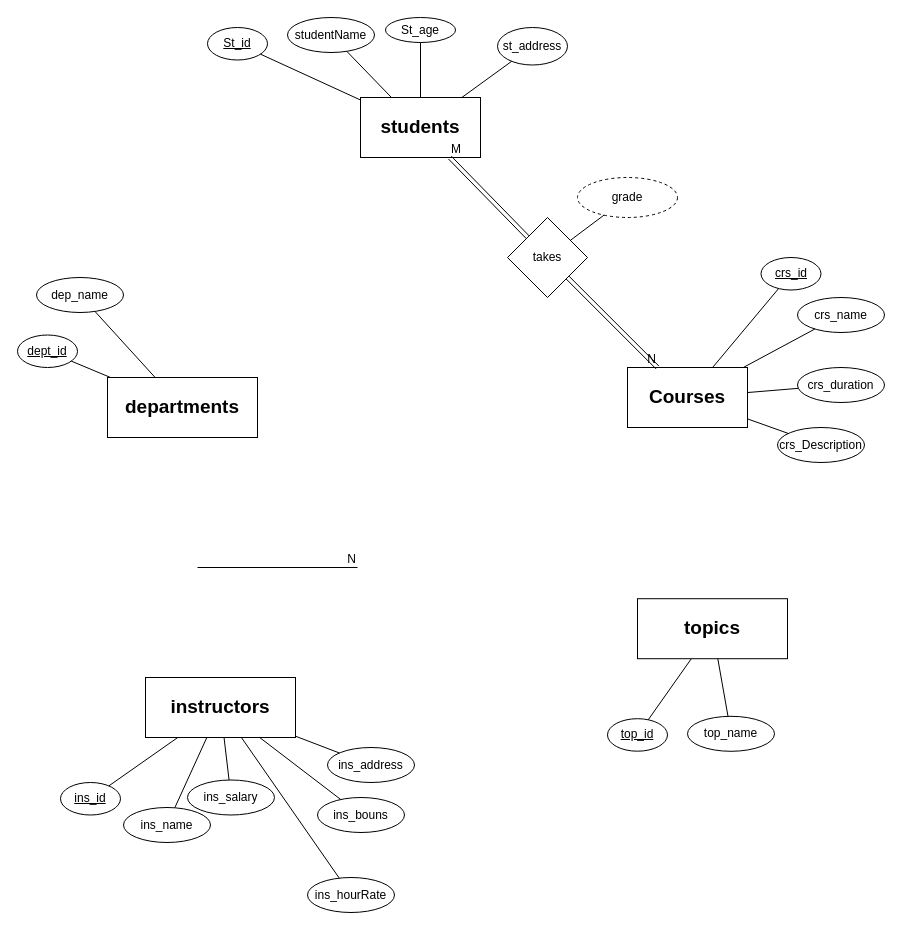
Above: DataBase/Session 01/Problem 1.drawio in Mo-Ahmed-Ah/assignment (draw.io), before the change. Source tidied: cells renumbered, new cells numbered last; positions are measured from the earlier drawing's top-left corner, leaving out a move shared by most shapes. Both pictures are drawn from the tidied source at 100%, with x=0, y=0 at pixel (17, 17).
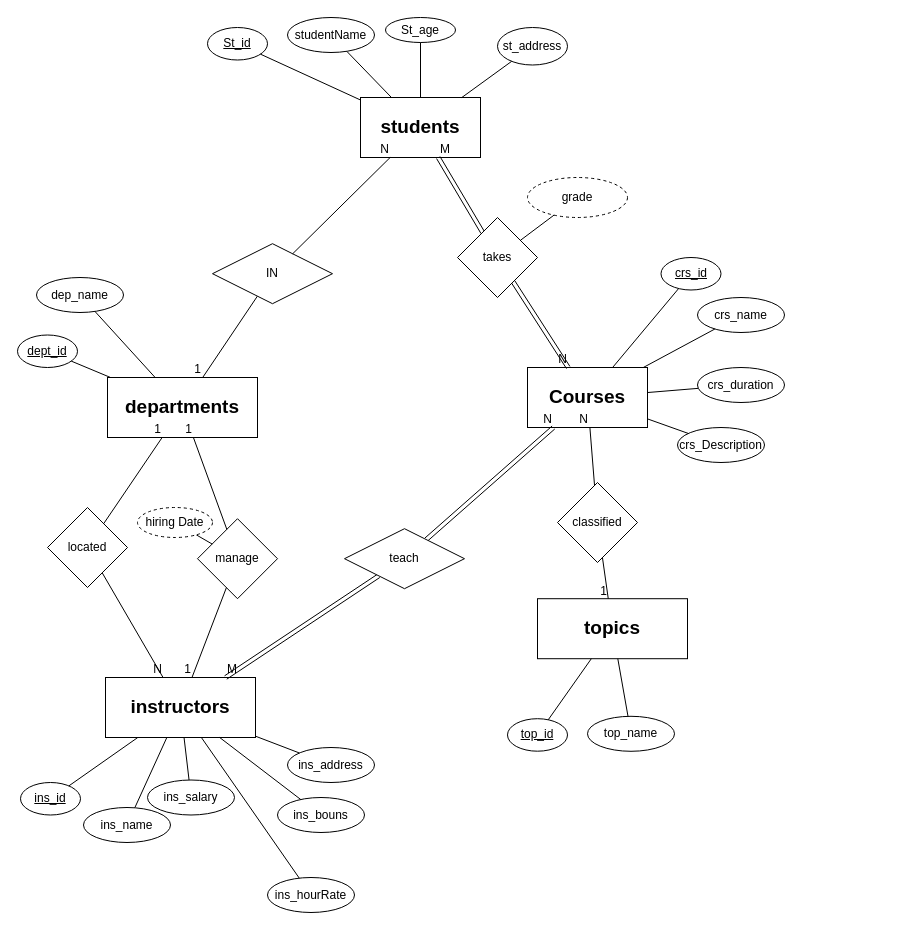
The same diagram, later.

The change refers to these unchanged cells:
```xml
<mxCell id="2" value="&lt;b&gt;&lt;font style=&quot;font-size: 19px;&quot;&gt;students&lt;br&gt;&lt;/font&gt;&lt;/b&gt;" style="rounded=0;whiteSpace=wrap;html=1;" parent="1" vertex="1">
  <mxGeometry x="343" y="80" width="120" height="60" as="geometry" />
</mxCell>
<mxCell id="11" value="&lt;b&gt;&lt;font style=&quot;font-size: 19px;&quot;&gt;departments&lt;/font&gt;&lt;/b&gt;" style="rounded=0;whiteSpace=wrap;html=1;" parent="1" vertex="1">
  <mxGeometry x="90" y="360" width="150" height="60" as="geometry" />
</mxCell>
```

Change to the diagram source:
```diff
@@
     <mxCell id="16" value="&lt;font style=&quot;font-size: 19px;&quot;&gt;&lt;b&gt;Courses&lt;/b&gt;&lt;/font&gt;" style="rounded=0;whiteSpace=wrap;html=1;" parent="1" vertex="1">
-      <mxGeometry x="610" y="350" width="120" height="60" as="geometry" />
+      <mxGeometry x="510" y="350" width="120" height="60" as="geometry" />
     </mxCell>
     <mxCell id="17" value="&lt;u&gt;crs_id&lt;/u&gt;" style="ellipse;whiteSpace=wrap;html=1;" parent="1" vertex="1">
-      <mxGeometry x="743.5" y="240" width="60" height="32.5" as="geometry" />
+      <mxGeometry x="643.5" y="240" width="60" height="32.5" as="geometry" />
     </mxCell>
@@
     <mxCell id="19" value="crs_name" style="ellipse;whiteSpace=wrap;html=1;" parent="1" vertex="1">
-      <mxGeometry x="780" y="280" width="87" height="35" as="geometry" />
+      <mxGeometry x="680" y="280" width="87" height="35" as="geometry" />
     </mxCell>
@@
     <mxCell id="21" value="crs_duration" style="ellipse;whiteSpace=wrap;html=1;" parent="1" vertex="1">
-      <mxGeometry x="780" y="350" width="87" height="35" as="geometry" />
+      <mxGeometry x="680" y="350" width="87" height="35" as="geometry" />
     </mxCell>
@@
     <mxCell id="23" value="crs_Description" style="ellipse;whiteSpace=wrap;html=1;" parent="1" vertex="1">
-      <mxGeometry x="760" y="410" width="87" height="35" as="geometry" />
+      <mxGeometry x="660" y="410" width="87" height="35" as="geometry" />
     </mxCell>
@@
     <mxCell id="25" value="&lt;font style=&quot;font-size: 19px;&quot;&gt;&lt;b&gt;instructors&lt;/b&gt;&lt;/font&gt;" style="rounded=0;whiteSpace=wrap;html=1;" parent="1" vertex="1">
-      <mxGeometry x="128" y="660" width="150" height="60" as="geometry" />
+      <mxGeometry x="88" y="660" width="150" height="60" as="geometry" />
     </mxCell>
     <mxCell id="26" value="&lt;u&gt;ins_id&lt;/u&gt;" style="ellipse;whiteSpace=wrap;html=1;" parent="1" vertex="1">
-      <mxGeometry x="43" y="765" width="60" height="32.5" as="geometry" />
+      <mxGeometry x="3" y="765" width="60" height="32.5" as="geometry" />
     </mxCell>
@@
     <mxCell id="28" value="ins_salary" style="ellipse;whiteSpace=wrap;html=1;" parent="1" vertex="1">
-      <mxGeometry x="170" y="762.5" width="87" height="35" as="geometry" />
+      <mxGeometry x="130" y="762.5" width="87" height="35" as="geometry" />
     </mxCell>
@@
     <mxCell id="30" value="ins_hourRate" style="ellipse;whiteSpace=wrap;html=1;" parent="1" vertex="1">
-      <mxGeometry x="290" y="860" width="87" height="35" as="geometry" />
+      <mxGeometry x="250" y="860" width="87" height="35" as="geometry" />
     </mxCell>
@@
     <mxCell id="32" value="ins_name" style="ellipse;whiteSpace=wrap;html=1;" parent="1" vertex="1">
-      <mxGeometry x="106" y="790" width="87" height="35" as="geometry" />
+      <mxGeometry x="66" y="790" width="87" height="35" as="geometry" />
     </mxCell>
@@
     <mxCell id="34" value="ins_bouns" style="ellipse;whiteSpace=wrap;html=1;" parent="1" vertex="1">
-      <mxGeometry x="300" y="780" width="87" height="35" as="geometry" />
+      <mxGeometry x="260" y="780" width="87" height="35" as="geometry" />
     </mxCell>
@@
     <mxCell id="36" value="ins_address" style="ellipse;whiteSpace=wrap;html=1;" parent="1" vertex="1">
-      <mxGeometry x="310" y="730" width="87" height="35" as="geometry" />
+      <mxGeometry x="270" y="730" width="87" height="35" as="geometry" />
     </mxCell>
@@
     <mxCell id="38" value="&lt;font style=&quot;font-size: 19px;&quot;&gt;&lt;b&gt;topics&lt;/b&gt;&lt;/font&gt;" style="rounded=0;whiteSpace=wrap;html=1;" parent="1" vertex="1">
-      <mxGeometry x="620" y="581.2" width="150" height="60" as="geometry" />
+      <mxGeometry x="520" y="581.2" width="150" height="60" as="geometry" />
     </mxCell>
     <mxCell id="39" value="&lt;u&gt;top_id&lt;/u&gt;" style="ellipse;whiteSpace=wrap;html=1;" parent="1" vertex="1">
-      <mxGeometry x="590" y="701.2" width="60" height="32.5" as="geometry" />
+      <mxGeometry x="490" y="701.2" width="60" height="32.5" as="geometry" />
     </mxCell>
@@
     <mxCell id="41" value="top_name" style="ellipse;whiteSpace=wrap;html=1;" parent="1" vertex="1">
-      <mxGeometry x="670" y="698.8" width="87" height="35" as="geometry" />
+      <mxGeometry x="570" y="698.8" width="87" height="35" as="geometry" />
     </mxCell>
@@
     <mxCell id="47" value="takes" style="rhombus;whiteSpace=wrap;html=1;" parent="1" vertex="1">
-      <mxGeometry x="490" y="200" width="80" height="80" as="geometry" />
+      <mxGeometry x="440" y="200" width="80" height="80" as="geometry" />
     </mxCell>
@@
     <mxCell id="49" value="grade" style="ellipse;whiteSpace=wrap;html=1;align=center;dashed=1;" parent="1" vertex="1">
-      <mxGeometry x="560" y="160" width="100" height="40" as="geometry" />
+      <mxGeometry x="510" y="160" width="100" height="40" as="geometry" />
     </mxCell>
-    <mxCell id="50" style="endArrow=none;html=1;rounded=0;" parent="1" edge="1">
-      <mxGeometry relative="1" as="geometry">
-        <mxPoint x="180" y="550" as="sourcePoint" />
-        <mxPoint x="340" y="550" as="targetPoint" />
-      </mxGeometry>
+    <mxCell id="50" style="endArrow=none;html=1;rounded=0;" parent="1" edge="1" source="52" target="25">
+      <mxGeometry relative="1" as="geometry" />
     </mxCell>
@@
+    <mxCell id="52" value="located" style="rhombus;whiteSpace=wrap;html=1;" parent="1" vertex="1">
+      <mxGeometry x="30" y="490" width="80" height="80" as="geometry" />
+    </mxCell>
+    <mxCell id="53" style="endArrow=none;html=1;rounded=0;" parent="1" edge="1" source="52" target="11">
+      <mxGeometry relative="1" as="geometry" />
+    </mxCell>
+    <mxCell id="54" value="1" style="html=1;whiteSpace=wrap;align=right;verticalAlign=bottom;" parent="53" vertex="1">
+      <mxGeometry x="1" relative="1" as="geometry" />
+    </mxCell>
+    <mxCell id="55" value="manage" style="rhombus;whiteSpace=wrap;html=1;" parent="1" vertex="1">
+      <mxGeometry x="180" y="501.2" width="80" height="80" as="geometry" />
+    </mxCell>
+    <mxCell id="56" style="endArrow=none;html=1;rounded=0;" parent="1" edge="1" source="55" target="11">
+      <mxGeometry relative="1" as="geometry" />
+    </mxCell>
+    <mxCell id="57" value="1" style="html=1;whiteSpace=wrap;align=right;verticalAlign=bottom;" parent="56" vertex="1">
+      <mxGeometry x="1" relative="1" as="geometry" />
+    </mxCell>
+    <mxCell id="58" style="endArrow=none;html=1;rounded=0;" parent="1" edge="1" source="55" target="25">
+      <mxGeometry relative="1" as="geometry" />
+    </mxCell>
+    <mxCell id="59" value="1" style="html=1;whiteSpace=wrap;align=right;verticalAlign=bottom;" parent="58" vertex="1">
+      <mxGeometry x="1" relative="1" as="geometry" />
+    </mxCell>
+    <mxCell id="60" style="endArrow=none;html=1;rounded=0;" parent="1" edge="1" source="55" target="61">
+      <mxGeometry relative="1" as="geometry" />
+    </mxCell>
+    <mxCell id="61" value="hiring Date" style="ellipse;whiteSpace=wrap;html=1;align=center;dashed=1;" parent="1" vertex="1">
+      <mxGeometry x="120" y="490" width="75" height="30" as="geometry" />
+    </mxCell>
+    <mxCell id="62" style="shape=link;html=1;rounded=0;" parent="1" edge="1" source="66" target="16">
+      <mxGeometry relative="1" as="geometry" />
+    </mxCell>
+    <mxCell id="63" value="N" style="html=1;whiteSpace=wrap;align=right;verticalAlign=bottom;" parent="62" vertex="1">
+      <mxGeometry x="1" relative="1" as="geometry" />
+    </mxCell>
+    <mxCell id="64" style="shape=link;html=1;rounded=0;" parent="1" edge="1" source="25" target="66">
+      <mxGeometry relative="1" as="geometry" />
+    </mxCell>
+    <mxCell id="65" value="M" style="html=1;whiteSpace=wrap;align=left;verticalAlign=bottom;" parent="64" vertex="1">
+      <mxGeometry x="-1" relative="1" as="geometry" />
+    </mxCell>
+    <mxCell id="66" value="teach" style="shape=rhombus;perimeter=rhombusPerimeter;whiteSpace=wrap;html=1;align=center;" parent="1" vertex="1">
+      <mxGeometry x="327" y="511.2" width="120" height="60" as="geometry" />
+    </mxCell>
+    <mxCell id="67" style="endArrow=none;html=1;rounded=0;" parent="1" edge="1" source="69" target="16">
+      <mxGeometry relative="1" as="geometry" />
+    </mxCell>
+    <mxCell id="68" value="N" style="html=1;whiteSpace=wrap;align=right;verticalAlign=bottom;" parent="67" vertex="1">
+      <mxGeometry x="1" relative="1" as="geometry" />
+    </mxCell>
+    <mxCell id="69" value="classified" style="rhombus;whiteSpace=wrap;html=1;" parent="1" vertex="1">
+      <mxGeometry x="540" y="465" width="80" height="80" as="geometry" />
+    </mxCell>
+    <mxCell id="70" style="endArrow=none;html=1;rounded=0;" parent="1" edge="1" source="69" target="38">
+      <mxGeometry relative="1" as="geometry" />
+    </mxCell>
+    <mxCell id="71" value="1" style="html=1;whiteSpace=wrap;align=right;verticalAlign=bottom;" parent="70" vertex="1">
+      <mxGeometry x="1" relative="1" as="geometry" />
+    </mxCell>
+    <mxCell id="72" style="endArrow=none;html=1;rounded=0;" parent="1" edge="1" source="74" target="11">
+      <mxGeometry relative="1" as="geometry" />
+    </mxCell>
+    <mxCell id="73" value="1" style="html=1;whiteSpace=wrap;align=right;verticalAlign=bottom;" parent="72" vertex="1">
+      <mxGeometry x="1" relative="1" as="geometry" />
+    </mxCell>
+    <mxCell id="74" value="IN" style="shape=rhombus;perimeter=rhombusPerimeter;whiteSpace=wrap;html=1;align=center;" parent="1" vertex="1">
+      <mxGeometry x="195" y="226.2" width="120" height="60" as="geometry" />
+    </mxCell>
+    <mxCell id="75" style="endArrow=none;html=1;rounded=0;" parent="1" edge="1" source="74" target="2">
+      <mxGeometry relative="1" as="geometry" />
+    </mxCell>
+    <mxCell id="76" value="N" style="html=1;whiteSpace=wrap;align=right;verticalAlign=bottom;" parent="75" vertex="1">
+      <mxGeometry x="1" relative="1" as="geometry" />
+    </mxCell>
```
